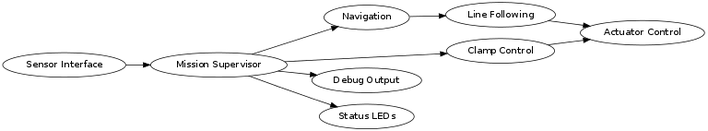
adamgreig/IDP keeps this Graphviz diagram as misc/layout.png. Above is the earlier version. Its source is kept beside it as misc/layout.dot.
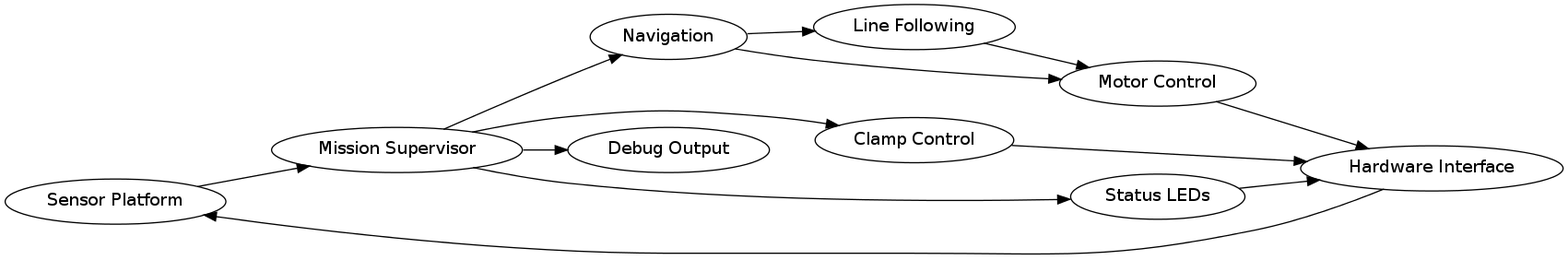
The same file after the commit.

Diff of the diagram source:
```diff
@@ -1,12 +1,15 @@
 digraph layout {
     rankdir=LR;
-    size="8,5"
-    "Sensor Interface" -> "Mission Supervisor";
+    "Sensor Platform" -> "Mission Supervisor";
     "Mission Supervisor" -> "Navigation";
     "Navigation" -> "Line Following";
-    "Line Following" -> "Actuator Control";
+    "Line Following" -> "Motor Control";
+    "Navigation" -> "Motor Control";
     "Mission Supervisor" -> "Clamp Control";
-    "Clamp Control" -> "Actuator Control";
     "Mission Supervisor" -> "Debug Output";
     "Mission Supervisor" -> "Status LEDs";
+    "Motor Control" -> "Hardware Interface";
+    "Clamp Control" -> "Hardware Interface";
+    "Status LEDs" -> "Hardware Interface";
+    "Hardware Interface" -> "Sensor Platform";
 }
```
